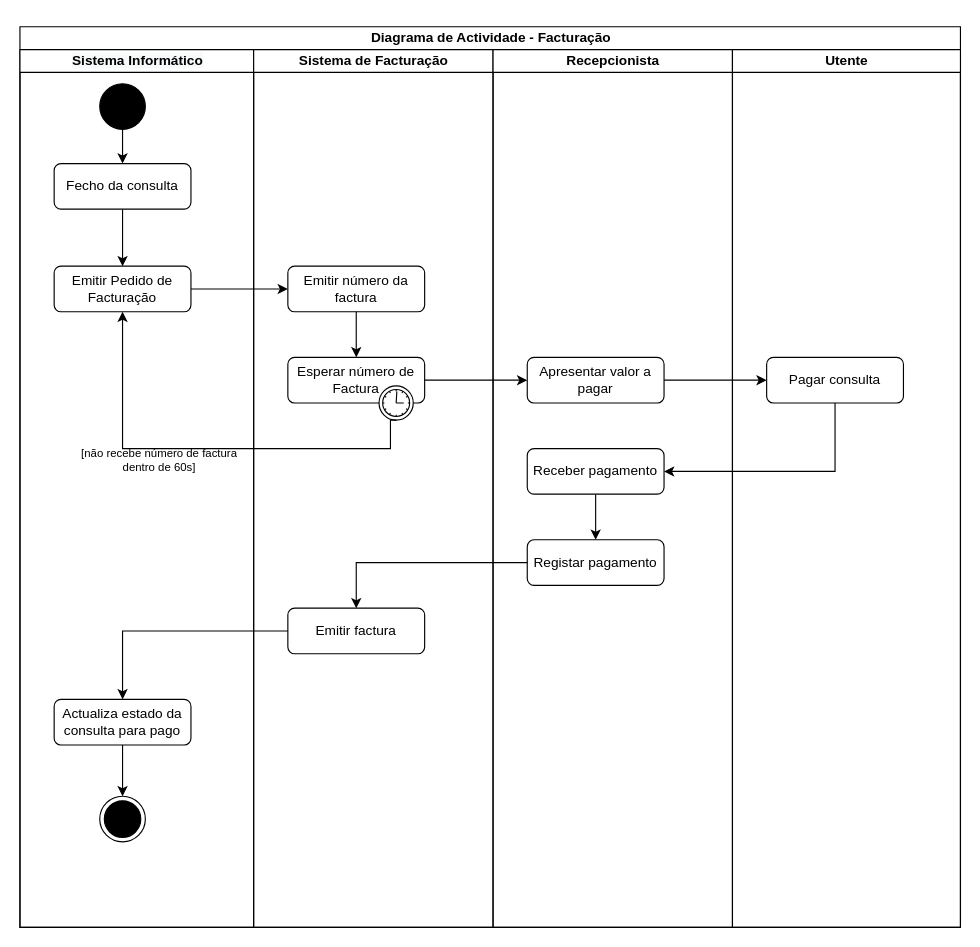
This is page "Facturação" (4 of 6) of 2. Diagramas de Actividades.drawio from carlan92/Hospital_Management_System, a draw.io file, before an edit. Source tidied: cells renumbered, new cells numbered last; positions are measured from the earlier drawing's top-left corner, leaving out a move shared by most shapes. Both pictures are drawn from the tidied source at 114%, with x=0, y=0 at pixel (19, 26).
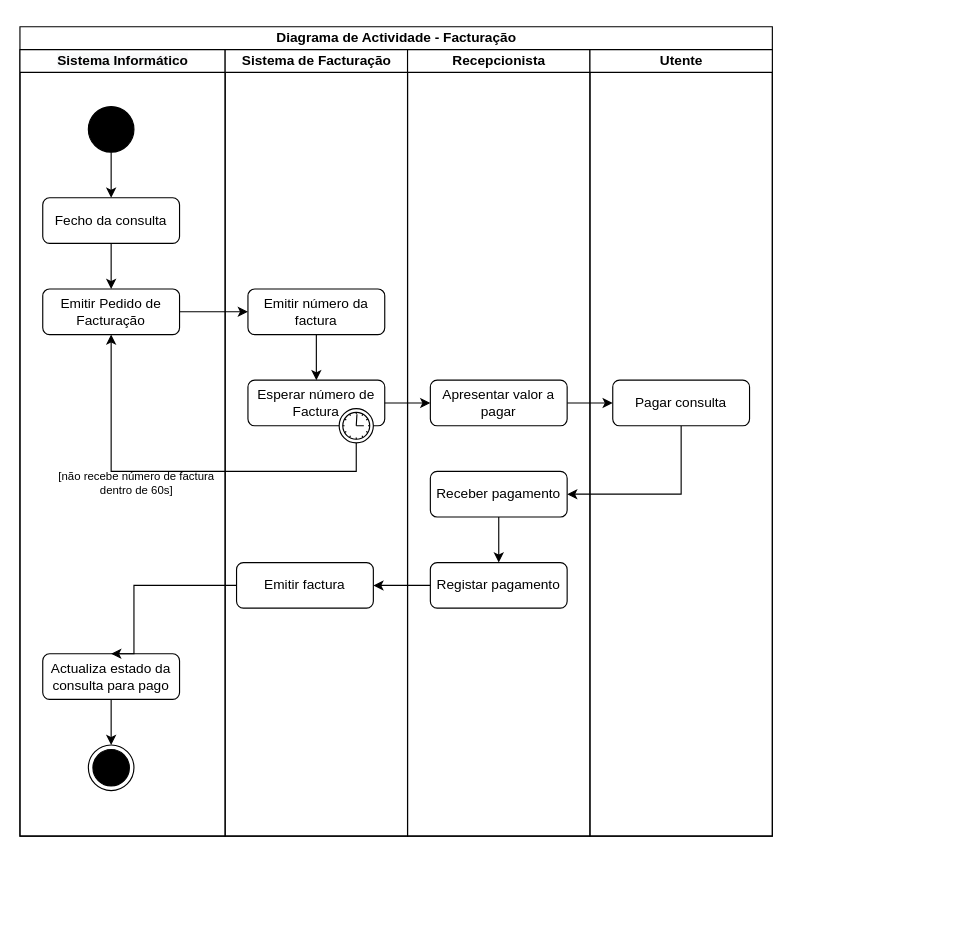
Above is the later version.

Unchanged cells that the change refers to:
```xml
<mxCell id="16" style="shape=mxgraph.bpmn.timer_start;perimeter=ellipsePerimeter;html=1;verticalLabelPosition=bottom;verticalAlign=top;outlineConnect=0;" parent="15" vertex="1">
  <mxGeometry x="1" y="1" width="30" height="30" relative="1" as="geometry">
    <mxPoint x="-40" y="-15" as="offset" />
  </mxGeometry>
</mxCell>
```

Change to the diagram source:
```diff
@@
     <mxCell id="2" value="Diagrama de Actividade - Facturação" style="swimlane;html=1;startSize=20;" parent="1" vertex="1">
-      <mxGeometry width="825" height="790" as="geometry" />
+      <mxGeometry width="660" height="710" as="geometry" />
     </mxCell>
     <mxCell id="3" value="&#10;&#10;&lt;span style=&quot;color: rgb(0, 0, 0); font-family: helvetica; font-size: 12px; font-style: normal; font-weight: 700; letter-spacing: normal; text-align: center; text-indent: 0px; text-transform: none; word-spacing: 0px; background-color: rgb(248, 249, 250); display: inline; float: none;&quot;&gt;Sistema Informático&lt;/span&gt;&#10;&#10;" style="swimlane;html=1;startSize=20;" parent="2" vertex="1">
-      <mxGeometry y="20" width="205" height="770" as="geometry" />
+      <mxGeometry y="20" width="180" height="690" as="geometry" />
     </mxCell>
@@
     <mxCell id="5" style="ellipse;whiteSpace=wrap;html=1;strokeColor=#000000;fillColor=#000000;" parent="3" vertex="1">
-      <mxGeometry x="70" y="30" width="40" height="40" as="geometry" />
+      <mxGeometry x="60" y="50" width="40" height="40" as="geometry" />
     </mxCell>
@@
     <mxCell id="7" value="Fecho da consulta" style="rounded=1;whiteSpace=wrap;html=1;" parent="3" vertex="1">
-      <mxGeometry x="30" y="100" width="120" height="40" as="geometry" />
+      <mxGeometry x="20" y="130" width="120" height="40" as="geometry" />
     </mxCell>
     <mxCell id="8" value="Emitir Pedido de Facturação" style="rounded=1;whiteSpace=wrap;html=1;" parent="3" vertex="1">
-      <mxGeometry x="30" y="190" width="120" height="40" as="geometry" />
+      <mxGeometry x="20" y="210" width="120" height="40" as="geometry" />
     </mxCell>
     <mxCell id="9" value="Actualiza estado da consulta para pago" style="rounded=1;whiteSpace=wrap;html=1;strokeColor=#000000;fillColor=#FFFFFF;" parent="3" vertex="1">
-      <mxGeometry x="30" y="570" width="120" height="40" as="geometry" />
+      <mxGeometry x="20" y="530" width="120" height="40" as="geometry" />
     </mxCell>
-    <mxCell id="10" style="edgeStyle=orthogonalEdgeStyle;rounded=0;jettySize=auto;html=1;entryX=0.5;entryY=0;entryDx=0;entryDy=0;exitX=0.5;exitY=1;exitDx=0;exitDy=0;" parent="3" edge="1" source="9" target="11">
+    <mxCell id="10" style="edgeStyle=orthogonalEdgeStyle;rounded=0;jettySize=auto;html=1;exitX=0.5;exitY=1;exitDx=0;exitDy=0;entryX=0.5;entryY=0;entryDx=0;entryDy=0;" parent="3" edge="1" source="9" target="11">
       <mxGeometry relative="1" as="geometry" />
     </mxCell>
     <mxCell id="11" style="ellipse;html=1;shape=endState;fillColor=#000000;" parent="3" vertex="1">
-      <mxGeometry x="70" y="655" width="40" height="40" as="geometry" />
+      <mxGeometry x="60" y="610" width="40" height="40" as="geometry" />
     </mxCell>
     <mxCell id="12" value="Sistema de Facturação" style="swimlane;html=1;startSize=20;" parent="2" vertex="1">
-      <mxGeometry x="205" y="20" width="210" height="770" as="geometry" />
+      <mxGeometry x="180" y="20" width="160" height="690" as="geometry" />
     </mxCell>
     <mxCell id="13" value="Emitir número da factura" style="rounded=1;whiteSpace=wrap;html=1;" parent="12" vertex="1">
-      <mxGeometry x="30" y="190" width="120" height="40" as="geometry" />
+      <mxGeometry x="20" y="210" width="120" height="40" as="geometry" />
     </mxCell>
     <mxCell id="14" value="Emitir factura" style="rounded=1;whiteSpace=wrap;html=1;" parent="12" vertex="1">
-      <mxGeometry x="30" y="490" width="120" height="40" as="geometry" />
+      <mxGeometry x="10" y="450" width="120" height="40" as="geometry" />
     </mxCell>
     <mxCell id="15" value="Esperar número de Factura" style="html=1;whiteSpace=wrap;rounded=1;" parent="12" vertex="1">
-      <mxGeometry x="30" y="270" width="120" height="40" as="geometry" />
+      <mxGeometry x="20" y="290" width="120" height="40" as="geometry" />
     </mxCell>
@@
+    <mxCell id="23" style="edgeStyle=orthogonalEdgeStyle;rounded=0;jettySize=auto;html=1;exitX=0.5;exitY=1;exitDx=0;exitDy=0;entryX=1;entryY=0.5;entryDx=0;entryDy=0;" parent="2" edge="1" source="26" target="22">
+      <mxGeometry relative="1" as="geometry" />
+    </mxCell>
+    <mxCell id="24" style="edgeStyle=orthogonalEdgeStyle;rounded=0;jettySize=auto;html=1;exitX=1;exitY=0.5;exitDx=0;exitDy=0;entryX=0;entryY=0.5;entryDx=0;entryDy=0;" parent="2" edge="1" source="19" target="26">
+      <mxGeometry relative="1" as="geometry" />
+    </mxCell>
     <mxCell id="18" value="Recepcionista" style="swimlane;html=1;startSize=20;" parent="2" vertex="1">
-      <mxGeometry x="415" y="20" width="210" height="770" as="geometry" />
+      <mxGeometry x="340" y="20" width="160" height="690" as="geometry" />
     </mxCell>
     <mxCell id="19" value="Apresentar valor a pagar" style="rounded=1;whiteSpace=wrap;html=1;" parent="18" vertex="1">
-      <mxGeometry x="30" y="270" width="120" height="40" as="geometry" />
+      <mxGeometry x="20" y="290" width="120" height="40" as="geometry" />
     </mxCell>
     <mxCell id="20" value="Registar pagamento" style="rounded=1;whiteSpace=wrap;html=1;" parent="18" vertex="1">
-      <mxGeometry x="30" y="430" width="120" height="40" as="geometry" />
+      <mxGeometry x="20" y="450" width="120" height="40" as="geometry" />
     </mxCell>
@@
     <mxCell id="22" value="Receber pagamento" style="rounded=1;whiteSpace=wrap;html=1;" parent="18" vertex="1">
-      <mxGeometry x="30" y="350" width="120" height="40" as="geometry" />
+      <mxGeometry x="20" y="370" width="120" height="40" as="geometry" />
     </mxCell>
-    <mxCell id="23" style="edgeStyle=orthogonalEdgeStyle;rounded=0;jettySize=auto;html=1;exitX=0.5;exitY=1;exitDx=0;exitDy=0;entryX=1;entryY=0.5;entryDx=0;entryDy=0;" parent="2" edge="1" source="26" target="22">
-      <mxGeometry relative="1" as="geometry" />
-    </mxCell>
-    <mxCell id="24" style="edgeStyle=orthogonalEdgeStyle;rounded=0;jettySize=auto;html=1;exitX=1;exitY=0.5;exitDx=0;exitDy=0;entryX=0;entryY=0.5;entryDx=0;entryDy=0;" parent="2" edge="1" source="19" target="26">
-      <mxGeometry relative="1" as="geometry" />
-    </mxCell>
     <mxCell id="25" value="Utente" style="swimlane;html=1;startSize=20;" parent="2" vertex="1">
-      <mxGeometry x="625" y="20" width="200" height="770" as="geometry" />
+      <mxGeometry x="500" y="20" width="160" height="690" as="geometry" />
     </mxCell>
     <mxCell id="26" value="Pagar consulta" style="rounded=1;whiteSpace=wrap;html=1;" parent="25" vertex="1">
-      <mxGeometry x="30" y="270" width="120" height="40" as="geometry" />
+      <mxGeometry x="20" y="290" width="120" height="40" as="geometry" />
     </mxCell>
@@
     <mxCell id="28" value="[não recebe número de factura&lt;br style=&quot;font-size: 10px;&quot;&gt;dentro de 60s]" style="edgeStyle=orthogonalEdgeStyle;rounded=0;jettySize=auto;html=1;exitX=0.5;exitY=1;exitDx=0;exitDy=0;entryX=0.5;entryY=1;entryDx=0;entryDy=0;labelBackgroundColor=none;fontSize=10;verticalAlign=middle;labelPosition=center;verticalLabelPosition=middle;align=center;exitPerimeter=0;" parent="2" edge="1" source="16" target="8">
       <mxGeometry x="0.21" y="10" relative="1" as="geometry">
         <Array as="points">
-          <mxPoint x="325" y="370" />
-          <mxPoint x="90" y="370" />
+          <mxPoint x="295" y="390" />
+          <mxPoint x="80" y="390" />
         </Array>
       </mxGeometry>
     </mxCell>
@@
     <mxCell id="30" style="edgeStyle=orthogonalEdgeStyle;rounded=0;jettySize=auto;html=1;entryX=0.5;entryY=0;entryDx=0;entryDy=0;exitX=0;exitY=0.5;exitDx=0;exitDy=0;" parent="2" edge="1" source="14" target="9">
       <mxGeometry relative="1" as="geometry">
         <Array as="points">
-          <mxPoint x="90" y="530" />
+          <mxPoint x="100" y="490" />
         </Array>
       </mxGeometry>
     </mxCell>
-    <mxCell id="31" style="edgeStyle=orthogonalEdgeStyle;rounded=0;jettySize=auto;html=1;exitX=0;exitY=0.5;exitDx=0;exitDy=0;entryX=0.5;entryY=0;entryDx=0;entryDy=0;" parent="2" edge="1" source="20" target="14">
+    <mxCell id="31" style="edgeStyle=orthogonalEdgeStyle;rounded=0;jettySize=auto;html=1;exitX=0;exitY=0.5;exitDx=0;exitDy=0;entryX=1;entryY=0.5;entryDx=0;entryDy=0;" parent="2" edge="1" source="20" target="14">
       <mxGeometry relative="1" as="geometry" />
     </mxCell>
```
